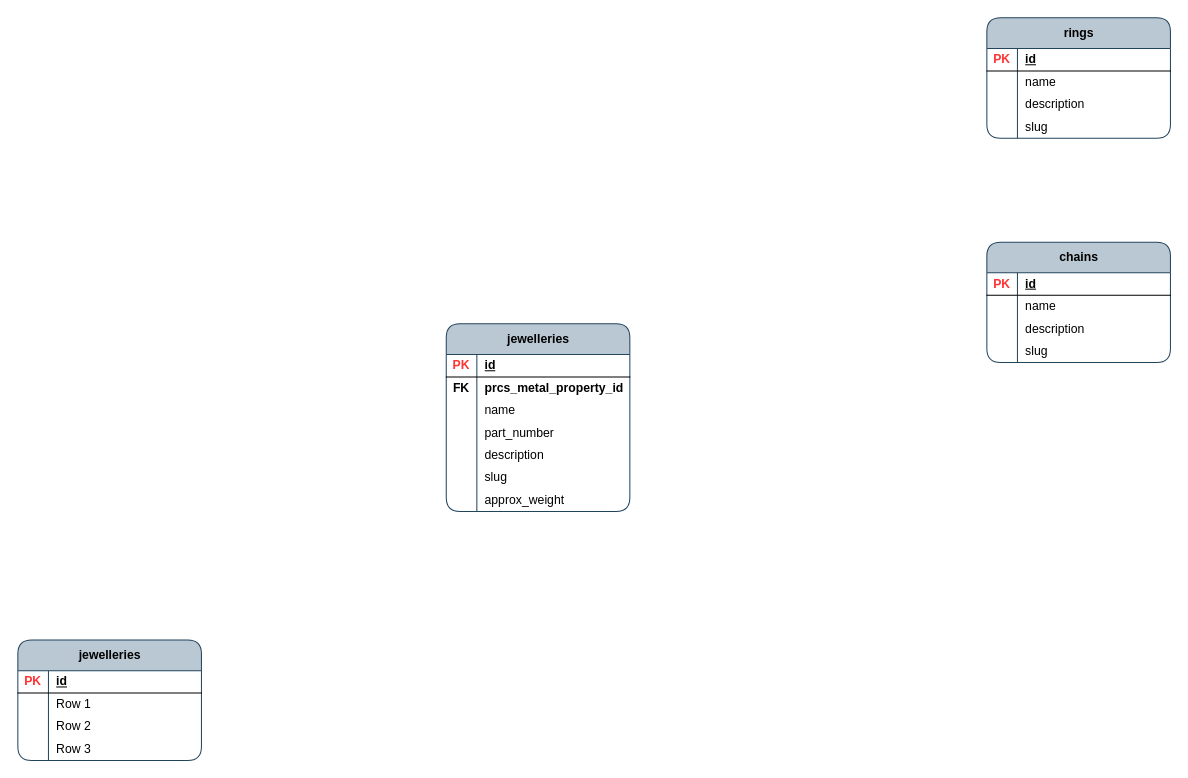
Before: page "jewelleries" (3 of 5) of jewellery_items.drawio in acwstudio/app-ben-brumm, a draw.io diagram. Source tidied: cells renumbered, new cells numbered last; positions are measured from the earlier drawing's top-left corner, leaving out a move shared by most shapes. Both pictures are drawn from the tidied source at 102%, with x=0, y=0 at pixel (17, 17).
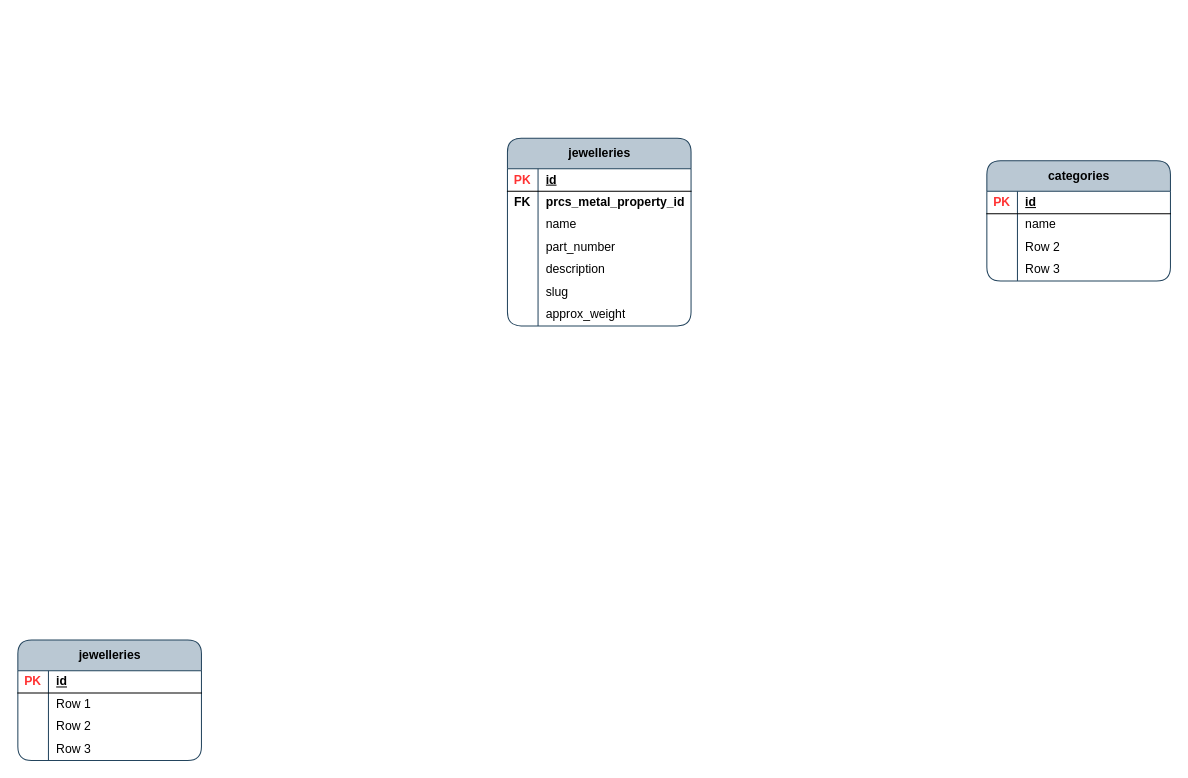
After the change.

Diff of the diagram source:
```diff
@@
     <mxCell id="2" value="jewelleries" style="shape=table;startSize=30;childLayout=tableLayout;rowLines=0;fontStyle=1;align=center;html=1;rounded=1;swimlaneFillColor=none;fillColor=#bac8d3;strokeColor=#23445d;columnLines=1;arcSize=15;" parent="1" vertex="1">
-      <mxGeometry x="420" y="300" width="180" height="184" as="geometry" />
+      <mxGeometry x="480" y="118" width="180" height="184" as="geometry" />
     </mxCell>
@@
-    <mxCell id="37" value="rings" style="shape=table;startSize=30;childLayout=tableLayout;rowLines=0;fontStyle=1;align=center;html=1;rounded=1;swimlaneFillColor=none;fillColor=#bac8d3;strokeColor=#23445d;columnLines=1;arcSize=15;" parent="1" vertex="1">
-      <mxGeometry x="950" width="180" height="118" as="geometry" />
-    </mxCell>
-    <mxCell id="38" style="shape=tableRow;horizontal=0;startSize=0;swimlaneHead=0;swimlaneBody=0;fillColor=none;top=0;left=0;right=0;bottom=1;rounded=0;" parent="37" vertex="1">
-      <mxGeometry y="30" width="180" height="22" as="geometry" />
-    </mxCell>
-    <mxCell id="39" value="&lt;font color=&quot;#ff3333&quot;&gt;PK&lt;/font&gt;" style="shape=partialRectangle;fillColor=none;top=0;left=0;bottom=0;right=0;fontStyle=1;overflow=hidden;whiteSpace=wrap;html=1;" parent="38" vertex="1">
-      <mxGeometry width="30" height="22" as="geometry" />
-    </mxCell>
-    <mxCell id="40" value="id" style="shape=partialRectangle;fillColor=none;top=0;left=0;bottom=0;right=0;align=left;spacingLeft=6;fontStyle=5;overflow=hidden;whiteSpace=wrap;html=1;" parent="38" vertex="1">
-      <mxGeometry x="30" width="150" height="22" as="geometry" />
-    </mxCell>
-    <mxCell id="41" style="shape=tableRow;horizontal=0;startSize=0;swimlaneHead=0;swimlaneBody=0;fillColor=none;top=0;left=0;right=0;bottom=0;rounded=0;" parent="37" vertex="1">
-      <mxGeometry y="52" width="180" height="22" as="geometry" />
-    </mxCell>
-    <mxCell id="42" style="shape=partialRectangle;fillColor=none;top=0;left=0;bottom=0;right=0;overflow=hidden;whiteSpace=wrap;html=1;" parent="41" vertex="1">
-      <mxGeometry width="30" height="22" as="geometry" />
-    </mxCell>
-    <mxCell id="43" value="name" style="shape=partialRectangle;fillColor=none;top=0;left=0;bottom=0;right=0;align=left;spacingLeft=6;overflow=hidden;whiteSpace=wrap;html=1;" parent="41" vertex="1">
-      <mxGeometry x="30" width="150" height="22" as="geometry" />
-    </mxCell>
-    <mxCell id="44" style="shape=tableRow;horizontal=0;startSize=0;swimlaneHead=0;swimlaneBody=0;fillColor=none;top=0;left=0;right=0;bottom=0;rounded=0;" parent="37" vertex="1">
-      <mxGeometry y="74" width="180" height="22" as="geometry" />
-    </mxCell>
-    <mxCell id="45" style="shape=partialRectangle;fillColor=none;top=0;left=0;bottom=0;right=0;overflow=hidden;whiteSpace=wrap;html=1;" parent="44" vertex="1">
-      <mxGeometry width="30" height="22" as="geometry" />
-    </mxCell>
-    <mxCell id="46" value="description" style="shape=partialRectangle;fillColor=none;top=0;left=0;bottom=0;right=0;align=left;spacingLeft=6;overflow=hidden;whiteSpace=wrap;html=1;" parent="44" vertex="1">
-      <mxGeometry x="30" width="150" height="22" as="geometry" />
-    </mxCell>
-    <mxCell id="47" style="shape=tableRow;horizontal=0;startSize=0;swimlaneHead=0;swimlaneBody=0;fillColor=none;top=0;left=0;right=0;bottom=0;rounded=0;" parent="37" vertex="1">
-      <mxGeometry y="96" width="180" height="22" as="geometry" />
-    </mxCell>
-    <mxCell id="48" style="shape=partialRectangle;fillColor=none;top=0;left=0;bottom=0;right=0;overflow=hidden;whiteSpace=wrap;html=1;" parent="47" vertex="1">
-      <mxGeometry width="30" height="22" as="geometry" />
-    </mxCell>
-    <mxCell id="49" value="slug" style="shape=partialRectangle;fillColor=none;top=0;left=0;bottom=0;right=0;align=left;spacingLeft=6;overflow=hidden;whiteSpace=wrap;html=1;" parent="47" vertex="1">
-      <mxGeometry x="30" width="150" height="22" as="geometry" />
-    </mxCell>
-    <mxCell id="50" value="chains" style="shape=table;startSize=30;childLayout=tableLayout;rowLines=0;fontStyle=1;align=center;html=1;rounded=1;swimlaneFillColor=none;fillColor=#bac8d3;strokeColor=#23445d;columnLines=1;arcSize=15;" parent="1" vertex="1">
-      <mxGeometry x="950" y="220" width="180" height="118" as="geometry" />
-    </mxCell>
-    <mxCell id="51" style="shape=tableRow;horizontal=0;startSize=0;swimlaneHead=0;swimlaneBody=0;fillColor=none;top=0;left=0;right=0;bottom=1;rounded=0;" parent="50" vertex="1">
-      <mxGeometry y="30" width="180" height="22" as="geometry" />
-    </mxCell>
-    <mxCell id="52" value="&lt;font color=&quot;#ff3333&quot;&gt;PK&lt;/font&gt;" style="shape=partialRectangle;fillColor=none;top=0;left=0;bottom=0;right=0;fontStyle=1;overflow=hidden;whiteSpace=wrap;html=1;" parent="51" vertex="1">
-      <mxGeometry width="30" height="22" as="geometry" />
-    </mxCell>
-    <mxCell id="53" value="id" style="shape=partialRectangle;fillColor=none;top=0;left=0;bottom=0;right=0;align=left;spacingLeft=6;fontStyle=5;overflow=hidden;whiteSpace=wrap;html=1;" parent="51" vertex="1">
-      <mxGeometry x="30" width="150" height="22" as="geometry" />
-    </mxCell>
-    <mxCell id="54" style="shape=tableRow;horizontal=0;startSize=0;swimlaneHead=0;swimlaneBody=0;fillColor=none;top=0;left=0;right=0;bottom=0;rounded=0;" parent="50" vertex="1">
-      <mxGeometry y="52" width="180" height="22" as="geometry" />
-    </mxCell>
-    <mxCell id="55" style="shape=partialRectangle;fillColor=none;top=0;left=0;bottom=0;right=0;overflow=hidden;whiteSpace=wrap;html=1;" parent="54" vertex="1">
-      <mxGeometry width="30" height="22" as="geometry" />
-    </mxCell>
-    <mxCell id="56" value="name" style="shape=partialRectangle;fillColor=none;top=0;left=0;bottom=0;right=0;align=left;spacingLeft=6;overflow=hidden;whiteSpace=wrap;html=1;" parent="54" vertex="1">
-      <mxGeometry x="30" width="150" height="22" as="geometry" />
-    </mxCell>
-    <mxCell id="57" style="shape=tableRow;horizontal=0;startSize=0;swimlaneHead=0;swimlaneBody=0;fillColor=none;top=0;left=0;right=0;bottom=0;rounded=0;" parent="50" vertex="1">
-      <mxGeometry y="74" width="180" height="22" as="geometry" />
-    </mxCell>
-    <mxCell id="58" style="shape=partialRectangle;fillColor=none;top=0;left=0;bottom=0;right=0;overflow=hidden;whiteSpace=wrap;html=1;" parent="57" vertex="1">
-      <mxGeometry width="30" height="22" as="geometry" />
-    </mxCell>
-    <mxCell id="59" value="description" style="shape=partialRectangle;fillColor=none;top=0;left=0;bottom=0;right=0;align=left;spacingLeft=6;overflow=hidden;whiteSpace=wrap;html=1;" parent="57" vertex="1">
-      <mxGeometry x="30" width="150" height="22" as="geometry" />
-    </mxCell>
-    <mxCell id="60" style="shape=tableRow;horizontal=0;startSize=0;swimlaneHead=0;swimlaneBody=0;fillColor=none;top=0;left=0;right=0;bottom=0;rounded=0;" parent="50" vertex="1">
-      <mxGeometry y="96" width="180" height="22" as="geometry" />
-    </mxCell>
-    <mxCell id="61" style="shape=partialRectangle;fillColor=none;top=0;left=0;bottom=0;right=0;overflow=hidden;whiteSpace=wrap;html=1;" parent="60" vertex="1">
-      <mxGeometry width="30" height="22" as="geometry" />
-    </mxCell>
-    <mxCell id="62" value="slug" style="shape=partialRectangle;fillColor=none;top=0;left=0;bottom=0;right=0;align=left;spacingLeft=6;overflow=hidden;whiteSpace=wrap;html=1;" parent="60" vertex="1">
-      <mxGeometry x="30" width="150" height="22" as="geometry" />
-    </mxCell>
+    <mxCell id="63" value="categories" style="shape=table;startSize=30;childLayout=tableLayout;rowLines=0;fontStyle=1;align=center;html=1;rounded=1;swimlaneFillColor=none;fillColor=#bac8d3;strokeColor=#23445d;columnLines=1;arcSize=15;" parent="1" vertex="1">
+      <mxGeometry x="950" y="140" width="180" height="118" as="geometry" />
+    </mxCell>
+    <mxCell id="64" style="shape=tableRow;horizontal=0;startSize=0;swimlaneHead=0;swimlaneBody=0;fillColor=none;top=0;left=0;right=0;bottom=1;rounded=0;" parent="63" vertex="1">
+      <mxGeometry y="30" width="180" height="22" as="geometry" />
+    </mxCell>
+    <mxCell id="65" value="&lt;font color=&quot;#ff3333&quot;&gt;PK&lt;/font&gt;" style="shape=partialRectangle;fillColor=none;top=0;left=0;bottom=0;right=0;fontStyle=1;overflow=hidden;whiteSpace=wrap;html=1;" parent="64" vertex="1">
+      <mxGeometry width="30" height="22" as="geometry" />
+    </mxCell>
+    <mxCell id="66" value="id" style="shape=partialRectangle;fillColor=none;top=0;left=0;bottom=0;right=0;align=left;spacingLeft=6;fontStyle=5;overflow=hidden;whiteSpace=wrap;html=1;" parent="64" vertex="1">
+      <mxGeometry x="30" width="150" height="22" as="geometry" />
+    </mxCell>
+    <mxCell id="67" style="shape=tableRow;horizontal=0;startSize=0;swimlaneHead=0;swimlaneBody=0;fillColor=none;top=0;left=0;right=0;bottom=0;rounded=0;" parent="63" vertex="1">
+      <mxGeometry y="52" width="180" height="22" as="geometry" />
+    </mxCell>
+    <mxCell id="68" style="shape=partialRectangle;fillColor=none;top=0;left=0;bottom=0;right=0;overflow=hidden;whiteSpace=wrap;html=1;" parent="67" vertex="1">
+      <mxGeometry width="30" height="22" as="geometry" />
+    </mxCell>
+    <mxCell id="69" value="name" style="shape=partialRectangle;fillColor=none;top=0;left=0;bottom=0;right=0;align=left;spacingLeft=6;overflow=hidden;whiteSpace=wrap;html=1;" parent="67" vertex="1">
+      <mxGeometry x="30" width="150" height="22" as="geometry" />
+    </mxCell>
+    <mxCell id="70" style="shape=tableRow;horizontal=0;startSize=0;swimlaneHead=0;swimlaneBody=0;fillColor=none;top=0;left=0;right=0;bottom=0;rounded=0;" parent="63" vertex="1">
+      <mxGeometry y="74" width="180" height="22" as="geometry" />
+    </mxCell>
+    <mxCell id="71" style="shape=partialRectangle;fillColor=none;top=0;left=0;bottom=0;right=0;overflow=hidden;whiteSpace=wrap;html=1;" parent="70" vertex="1">
+      <mxGeometry width="30" height="22" as="geometry" />
+    </mxCell>
+    <mxCell id="72" value="Row 2" style="shape=partialRectangle;fillColor=none;top=0;left=0;bottom=0;right=0;align=left;spacingLeft=6;overflow=hidden;whiteSpace=wrap;html=1;" parent="70" vertex="1">
+      <mxGeometry x="30" width="150" height="22" as="geometry" />
+    </mxCell>
+    <mxCell id="73" style="shape=tableRow;horizontal=0;startSize=0;swimlaneHead=0;swimlaneBody=0;fillColor=none;top=0;left=0;right=0;bottom=0;rounded=0;" parent="63" vertex="1">
+      <mxGeometry y="96" width="180" height="22" as="geometry" />
+    </mxCell>
+    <mxCell id="74" style="shape=partialRectangle;fillColor=none;top=0;left=0;bottom=0;right=0;overflow=hidden;whiteSpace=wrap;html=1;" parent="73" vertex="1">
+      <mxGeometry width="30" height="22" as="geometry" />
+    </mxCell>
+    <mxCell id="75" value="Row 3" style="shape=partialRectangle;fillColor=none;top=0;left=0;bottom=0;right=0;align=left;spacingLeft=6;overflow=hidden;whiteSpace=wrap;html=1;" parent="73" vertex="1">
+      <mxGeometry x="30" width="150" height="22" as="geometry" />
+    </mxCell>
```
